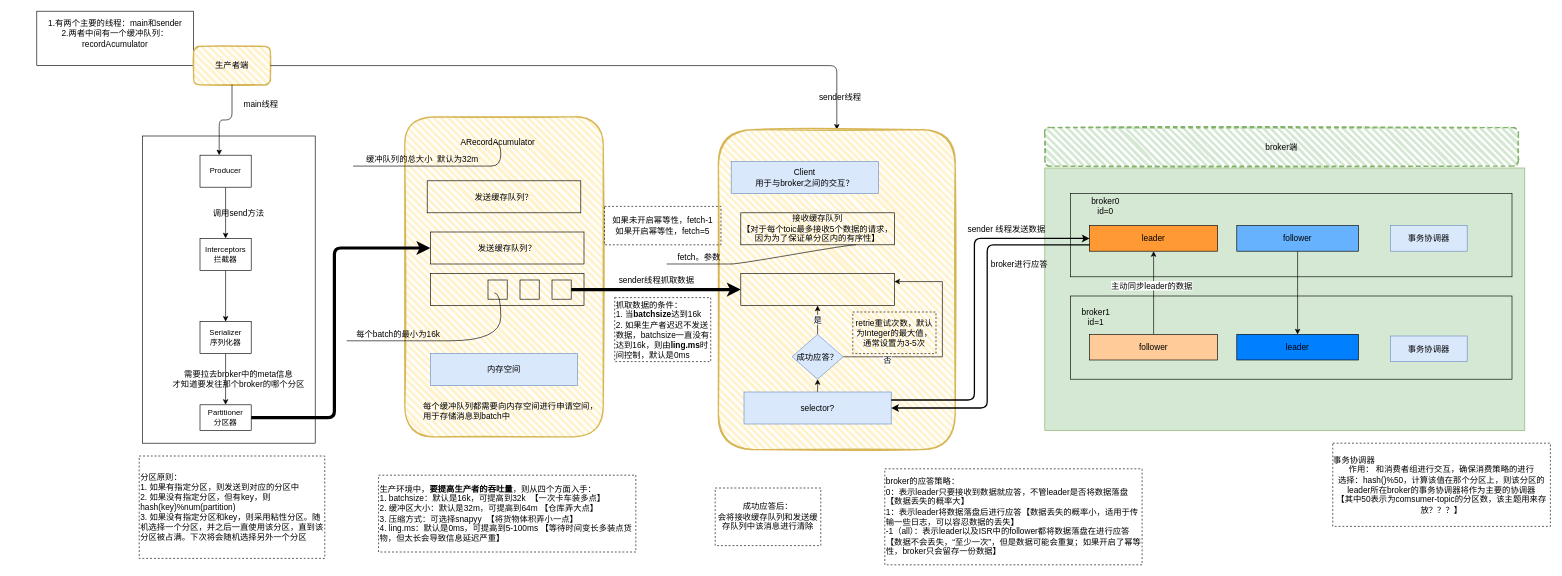
Earlier version of the draw.io diagram Kafka/Kafka.drawio (kusuzi/image-folder). Source tidied: cells renumbered, new cells numbered last; positions are measured from the earlier drawing's top-left corner, leaving out a move shared by most shapes. Both pictures are drawn from the tidied source at 64%, with x=0, y=0 at pixel (36, 11).
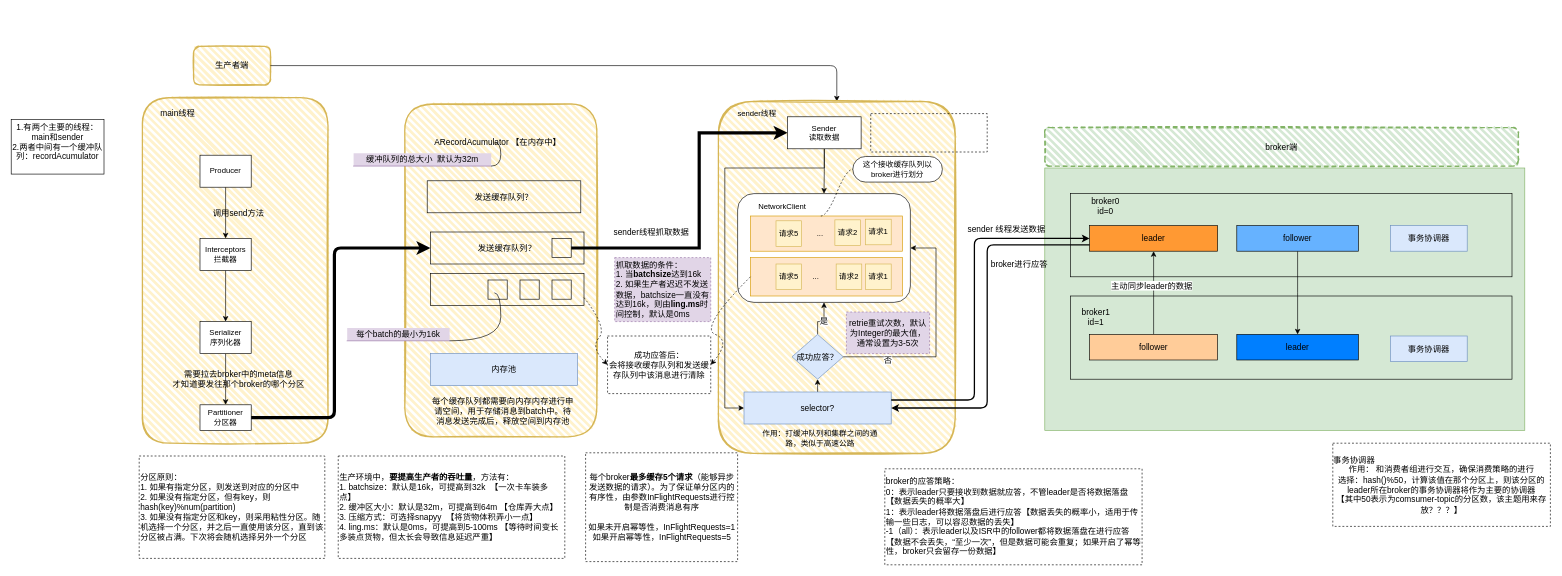
After the change.

The change refers to these unchanged cells:
```xml
<mxCell id="14" value="生产者端" style="rounded=1;whiteSpace=wrap;html=1;strokeWidth=2;fillWeight=4;hachureGap=8;hachureAngle=45;fillColor=#fff2cc;sketch=1;shadow=0;comic=0;fontSize=13;strokeColor=#d6b656;" parent="1" vertex="1">
  <mxGeometry x="245" y="55" width="120" height="60" as="geometry" />
</mxCell>
<mxCell id="20" style="rounded=0;whiteSpace=wrap;html=1;shadow=0;comic=0;fontSize=13;strokeColor=#000000;strokeWidth=1;fillColor=none;align=left;" parent="1" vertex="1">
  <mxGeometry x="615" y="410" width="240" height="50" as="geometry" />
</mxCell>
<mxCell id="21" style="rounded=0;whiteSpace=wrap;html=1;shadow=0;comic=0;fontSize=13;strokeColor=#000000;strokeWidth=1;fillColor=none;align=left;" parent="1" vertex="1">
  <mxGeometry x="805" y="420" width="30" height="30" as="geometry" />
</mxCell>
<mxCell id="42" value="selector?" style="rounded=0;whiteSpace=wrap;html=1;shadow=0;comic=0;fontSize=13;strokeColor=#6c8ebf;strokeWidth=1;fillColor=#dae8fc;align=center;" parent="1" vertex="1">
  <mxGeometry x="1105" y="595" width="230" height="50" as="geometry" />
</mxCell>
<mxCell id="47" value="成功应答？" style="rhombus;whiteSpace=wrap;html=1;rounded=0;shadow=0;fontSize=13;strokeColor=#6c8ebf;strokeWidth=1;fillColor=#dae8fc;comic=0;" parent="1" vertex="1">
  <mxGeometry x="1180" y="505" width="80" height="70" as="geometry" />
</mxCell>
```

Diff of the diagram source:
```diff
@@
-    <mxCell id="2" style="rounded=0;whiteSpace=wrap;html=1;shadow=0;comic=0;fontSize=13;strokeColor=#000000;strokeWidth=1;fillColor=none;align=left;" parent="1" vertex="1">
-      <mxGeometry x="165" y="195" width="270" height="480" as="geometry" />
-    </mxCell>
+    <mxCell id="74" style="rounded=1;whiteSpace=wrap;html=1;strokeWidth=2;fillWeight=4;hachureGap=8;hachureAngle=45;fillColor=#fff2cc;sketch=1;strokeColor=#d6b656;" parent="1" vertex="1">
+      <mxGeometry x="165" y="135" width="290" height="540" as="geometry" />
+    </mxCell>
@@
     <mxCell id="6" value="&lt;span&gt;1.有两个主要的线程：&lt;/span&gt;&lt;span&gt;main和sender&lt;br&gt;2.两者中间有一个缓冲队列：recordAcumulator&lt;br&gt;&lt;br&gt;&lt;/span&gt;" style="whiteSpace=wrap;html=1;rounded=0;shadow=0;fontSize=13;strokeWidth=1;fillColor=none;comic=0;" parent="1" vertex="1">
-      <mxGeometry width="245" height="85" as="geometry" />
+      <mxGeometry x="-40" y="169.5" width="145" height="85" as="geometry" />
     </mxCell>
@@
-    <mxCell id="10" value="Serializer&lt;br&gt;序列化器" style="rounded=0;whiteSpace=wrap;html=1;shadow=0;comic=0;" parent="1" vertex="1">
+    <mxCell id="10" value="Serializer&lt;br&gt;序列化器" style="rounded=0;whiteSpace=wrap;html=1;shadow=0;comic=0;fillColor=default;" parent="1" vertex="1">
       <mxGeometry x="255" y="485" width="80" height="50" as="geometry" />
     </mxCell>
@@
     <mxCell id="16" style="rounded=1;whiteSpace=wrap;html=1;strokeWidth=2;fillWeight=4;hachureGap=8;hachureAngle=45;fillColor=#fff2cc;sketch=1;shadow=0;comic=0;fontSize=13;align=left;strokeColor=#d6b656;" parent="1" vertex="1">
-      <mxGeometry x="575" y="165" width="310" height="500" as="geometry" />
+      <mxGeometry x="575" y="145" width="300" height="520" as="geometry" />
     </mxCell>
-    <mxCell id="17" value="ARecordAcumulator" style="text;html=1;align=center;verticalAlign=middle;strokeColor=none;fontSize=13;" parent="1" vertex="1">
-      <mxGeometry x="655" y="195" width="130" height="20" as="geometry" />
+    <mxCell id="17" value="ARecordAcumulator 【在内存中】" style="text;html=1;align=center;verticalAlign=middle;strokeColor=none;fontSize=13;" parent="1" vertex="1">
+      <mxGeometry x="615" y="195" width="210" height="20" as="geometry" />
     </mxCell>
@@
-    <mxCell id="24" value="每个batch的最小为16k" style="whiteSpace=wrap;html=1;shape=partialRectangle;top=0;left=0;bottom=1;right=0;points=[[0,1],[1,1]];fillColor=none;align=center;verticalAlign=bottom;routingCenterY=0.5;snapToPoint=1;newEdgeStyle={&quot;edgeStyle&quot;:&quot;entityRelationEdgeStyle&quot;,&quot;startArrow&quot;:&quot;none&quot;,&quot;endArrow&quot;:&quot;none&quot;,&quot;segment&quot;:10,&quot;curved&quot;:1};rounded=0;shadow=0;comic=0;fontSize=13;strokeColor=#000000;strokeWidth=1;" parent="1" vertex="1">
+    <mxCell id="24" value="每个batch的最小为16k" style="whiteSpace=wrap;html=1;shape=partialRectangle;top=0;left=0;bottom=1;right=0;points=[[0,1],[1,1]];fillColor=#e1d5e7;align=center;verticalAlign=bottom;routingCenterY=0.5;snapToPoint=1;newEdgeStyle={&quot;edgeStyle&quot;:&quot;entityRelationEdgeStyle&quot;,&quot;startArrow&quot;:&quot;none&quot;,&quot;endArrow&quot;:&quot;none&quot;,&quot;segment&quot;:10,&quot;curved&quot;:1};rounded=0;shadow=0;comic=0;fontSize=13;strokeColor=#9673a6;strokeWidth=1;" parent="1" vertex="1">
       <mxGeometry x="485" y="495" width="160" height="20" as="geometry" />
     </mxCell>
@@
-    <mxCell id="26" value="内存空间" style="rounded=0;whiteSpace=wrap;html=1;shadow=0;comic=0;fontSize=13;strokeColor=#6c8ebf;strokeWidth=1;fillColor=#dae8fc;align=center;" parent="1" vertex="1">
+    <mxCell id="26" value="内存池" style="rounded=0;whiteSpace=wrap;html=1;shadow=0;comic=0;fontSize=13;strokeColor=#6c8ebf;strokeWidth=1;fillColor=#dae8fc;align=center;" parent="1" vertex="1">
       <mxGeometry x="615" y="535" width="230" height="50" as="geometry" />
     </mxCell>
-    <mxCell id="27" value="缓冲队列的总大小&amp;nbsp; 默认为32m" style="whiteSpace=wrap;html=1;shape=partialRectangle;top=0;left=0;bottom=1;right=0;points=[[0,1],[1,1]];fillColor=none;align=center;verticalAlign=bottom;routingCenterY=0.5;snapToPoint=1;newEdgeStyle={&quot;edgeStyle&quot;:&quot;entityRelationEdgeStyle&quot;,&quot;startArrow&quot;:&quot;none&quot;,&quot;endArrow&quot;:&quot;none&quot;,&quot;segment&quot;:10,&quot;curved&quot;:1};rounded=0;shadow=0;comic=0;fontSize=13;strokeColor=#000000;strokeWidth=1;" parent="1" vertex="1">
+    <mxCell id="27" value="缓冲队列的总大小&amp;nbsp; 默认为32m" style="whiteSpace=wrap;html=1;shape=partialRectangle;top=0;left=0;bottom=1;right=0;points=[[0,1],[1,1]];fillColor=#e1d5e7;align=center;verticalAlign=bottom;routingCenterY=0.5;snapToPoint=1;newEdgeStyle={&quot;edgeStyle&quot;:&quot;entityRelationEdgeStyle&quot;,&quot;startArrow&quot;:&quot;none&quot;,&quot;endArrow&quot;:&quot;none&quot;,&quot;segment&quot;:10,&quot;curved&quot;:1};rounded=0;shadow=0;comic=0;fontSize=13;strokeColor=#9673a6;strokeWidth=1;" parent="1" vertex="1">
       <mxGeometry x="495" y="222" width="215" height="20" as="geometry" />
     </mxCell>
@@
-    <mxCell id="29" value="每个缓冲队列都需要向内存空间进行申请空间，&lt;br&gt;&lt;div style=&quot;text-align: justify&quot;&gt;&lt;span&gt;用于存储消息到batch中&lt;/span&gt;&lt;/div&gt;" style="text;html=1;align=center;verticalAlign=middle;strokeColor=none;fontSize=13;" parent="1" vertex="1">
-      <mxGeometry x="595" y="605" width="290" height="40" as="geometry" />
-    </mxCell>
-    <mxCell id="30" style="edgeStyle=elbowEdgeStyle;elbow=vertical;endArrow=classic;html=1;fontSize=13;exitX=0.5;exitY=1;exitDx=0;exitDy=0;" parent="1" edge="1" source="14">
-      <mxGeometry relative="1" as="geometry">
-        <mxPoint x="285" y="225" as="targetPoint" />
-      </mxGeometry>
-    </mxCell>
     <mxCell id="31" value="main线程" style="text;html=1;align=center;verticalAlign=middle;strokeColor=none;fontSize=13;" parent="1" vertex="1">
-      <mxGeometry x="315" y="135" width="70" height="20" as="geometry" />
+      <mxGeometry x="185" y="149.5" width="70" height="20" as="geometry" />
     </mxCell>
-    <mxCell id="32" style="edgeStyle=elbowEdgeStyle;elbow=vertical;endArrow=classic;html=1;fontSize=13;exitX=1;exitY=0.5;exitDx=0;exitDy=0;entryX=0.5;entryY=0;entryDx=0;entryDy=0;" parent="1" edge="1" source="14" target="34">
+    <mxCell id="32" style="edgeStyle=elbowEdgeStyle;elbow=vertical;endArrow=classic;html=1;fontSize=13;exitX=1;exitY=0.5;exitDx=0;exitDy=0;startArrow=none;entryX=0.5;entryY=0;entryDx=0;entryDy=0;" parent="1" edge="1" source="14" target="34">
       <mxGeometry relative="1" as="geometry">
         <Array as="points">
           <mxPoint x="745" y="85" />
         </Array>
       </mxGeometry>
     </mxCell>
-    <mxCell id="33" value="sender线程" style="text;html=1;align=center;verticalAlign=middle;strokeColor=none;fontSize=13;" parent="1" vertex="1">
-      <mxGeometry x="1215" y="125" width="80" height="20" as="geometry" />
-    </mxCell>
     <mxCell id="34" style="rounded=1;whiteSpace=wrap;html=1;strokeWidth=2;fillWeight=4;hachureGap=8;hachureAngle=45;fillColor=#fff2cc;sketch=1;shadow=0;comic=0;fontSize=13;align=left;strokeColor=#d6b656;" parent="1" vertex="1">
-      <mxGeometry x="1065" y="185" width="370" height="500" as="geometry" />
+      <mxGeometry x="1065" y="141" width="370" height="550" as="geometry" />
     </mxCell>
-    <mxCell id="35" value="Client&lt;br&gt;用于与broker之间的交互？" style="rounded=0;whiteSpace=wrap;html=1;shadow=0;comic=0;fontSize=13;strokeColor=#6c8ebf;strokeWidth=1;fillColor=#dae8fc;align=center;" parent="1" vertex="1">
-      <mxGeometry x="1085" y="235" width="230" height="50" as="geometry" />
-    </mxCell>
-    <mxCell id="36" value="接收缓存队列&lt;br&gt;&lt;div style=&quot;&quot;&gt;&lt;span&gt;【对于每个toic最多接收5个数据的请求，因为为了保证单分区内的有序性】&lt;/span&gt;&lt;/div&gt;" style="rounded=0;whiteSpace=wrap;html=1;shadow=0;comic=0;fontSize=13;strokeColor=#000000;strokeWidth=1;fillColor=none;align=center;" parent="1" vertex="1">
-      <mxGeometry x="1100" y="315" width="240" height="50" as="geometry" />
+    <mxCell id="36" value="每个broker&lt;b&gt;最多缓存5个请求&lt;/b&gt;（能够异步发送数据的请求）。为了保证单分区内的有序性，由参数InFlightRequests进行控制是否消费消息有序&lt;br&gt;&lt;br&gt;如果未开启幂等性，InFlightRequests=1&lt;br&gt;如果开启幂等性，InFlightRequests=5" style="rounded=0;whiteSpace=wrap;html=1;shadow=0;comic=0;fontSize=13;strokeColor=#000000;strokeWidth=1;fillColor=none;align=center;dashed=1;" parent="1" vertex="1">
+      <mxGeometry x="857.5" y="690" width="237.5" height="170" as="geometry" />
     </mxCell>
-    <mxCell id="37" style="rounded=0;whiteSpace=wrap;html=1;shadow=0;comic=0;fontSize=13;strokeColor=#000000;strokeWidth=1;fillColor=none;align=center;" parent="1" vertex="1">
-      <mxGeometry x="1100" y="410" width="240" height="50" as="geometry" />
-    </mxCell>
-    <mxCell id="38" style="edgeStyle=elbowEdgeStyle;rounded=0;jettySize=auto;elbow=vertical;html=1;exitX=1;exitY=0.5;exitDx=0;exitDy=0;entryX=0;entryY=0.5;entryDx=0;entryDy=0;fontSize=13;strokeWidth=5;" parent="1" edge="1" source="21" target="37">
-      <mxGeometry relative="1" as="geometry" />
-    </mxCell>
     <mxCell id="39" value="sender线程抓取数据" style="text;html=1;align=center;verticalAlign=middle;strokeColor=none;fontSize=13;" parent="1" vertex="1">
-      <mxGeometry x="903" y="410" width="130" height="20" as="geometry" />
+      <mxGeometry x="895" y="335" width="130" height="20" as="geometry" />
     </mxCell>
-    <mxCell id="40" value="抓取数据的条件：&lt;br&gt;1. 当&lt;b&gt;batchsize&lt;/b&gt;达到16k&lt;br&gt;2.&amp;nbsp;如果生产者迟迟不发送数据，batchsize一直没有达到16k，则由&lt;b&gt;ling.ms&lt;/b&gt;时间控制，默认是0ms" style="whiteSpace=wrap;html=1;rounded=0;shadow=0;comic=0;fontSize=13;strokeColor=#000000;strokeWidth=1;fillColor=none;align=left;dashed=1;" parent="1" vertex="1">
-      <mxGeometry x="903" y="447.5" width="150" height="100" as="geometry" />
+    <mxCell id="40" value="抓取数据的条件：&lt;br&gt;1. 当&lt;b&gt;batchsize&lt;/b&gt;达到16k&lt;br&gt;2.&amp;nbsp;如果生产者迟迟不发送数据，batchsize一直没有达到16k，则由&lt;b&gt;ling.ms&lt;/b&gt;时间控制，默认是0ms" style="whiteSpace=wrap;html=1;rounded=0;shadow=0;comic=0;fontSize=13;strokeColor=#9673a6;strokeWidth=1;fillColor=#e1d5e7;align=left;dashed=1;" parent="1" vertex="1">
+      <mxGeometry x="903" y="385" width="150" height="100" as="geometry" />
     </mxCell>
@@
-    <mxCell id="43" value="生产环境中，&lt;b&gt;要提高生产者的吞吐量&lt;/b&gt;，则从四个方面入手：&lt;br&gt;1.&amp;nbsp;batchsize：默认是16k，可提高到32k&amp;nbsp; 【一次卡车装多点】&lt;br&gt;2.&amp;nbsp;缓冲区大小：默认是32m，可提高到64m 【仓库弄大点】&lt;br&gt;3.&amp;nbsp;压缩方式：可选择snapyy&amp;nbsp; 【将货物体积弄小一点】&lt;br&gt;4.&amp;nbsp;ling.ms：默认是0ms，可提高到5-100ms 【等待时间变长多装点货物，但太长会导致信息延迟严重】" style="whiteSpace=wrap;html=1;rounded=0;shadow=0;comic=0;fontSize=13;strokeColor=#000000;strokeWidth=1;fillColor=none;align=left;dashed=1;" parent="1" vertex="1">
-      <mxGeometry x="534" y="725" width="402" height="120" as="geometry" />
+    <mxCell id="43" value="生产环境中，&lt;b&gt;要提高生产者的吞吐量&lt;/b&gt;，方法有：&lt;br&gt;1.&amp;nbsp;batchsize：默认是16k，可提高到32k&amp;nbsp; 【一次卡车装多点】&lt;br&gt;2.&amp;nbsp;缓冲区大小：默认是32m，可提高到64m 【仓库弄大点】&lt;br&gt;3.&amp;nbsp;压缩方式：可选择snapyy&amp;nbsp; 【将货物体积弄小一点】&lt;br&gt;4.&amp;nbsp;ling.ms：默认是0ms，可提高到5-100ms 【等待时间变长多装点货物，但太长会导致信息延迟严重】" style="whiteSpace=wrap;html=1;rounded=0;shadow=0;comic=0;fontSize=13;strokeColor=#000000;strokeWidth=1;fillColor=none;align=left;dashed=1;" parent="1" vertex="1">
+      <mxGeometry x="471" y="695" width="354" height="160" as="geometry" />
     </mxCell>
-    <mxCell id="44" value="是" style="edgeStyle=elbowEdgeStyle;rounded=0;jettySize=auto;elbow=vertical;html=1;fontSize=13;strokeWidth=1;" parent="1" edge="1" source="47" target="37">
+    <mxCell id="44" value="是" style="edgeStyle=elbowEdgeStyle;rounded=0;jettySize=auto;elbow=vertical;html=1;fontSize=13;strokeWidth=1;entryX=0.5;entryY=1;entryDx=0;entryDy=0;" parent="1" edge="1" source="47" target="76">
       <mxGeometry relative="1" as="geometry">
         <Array as="points">
           <mxPoint x="1220" y="485" />
         </Array>
       </mxGeometry>
     </mxCell>
-    <mxCell id="45" style="edgeStyle=elbowEdgeStyle;rounded=0;jettySize=auto;elbow=vertical;html=1;exitX=1;exitY=0.5;exitDx=0;exitDy=0;fontSize=13;strokeWidth=1;entryX=1;entryY=0.25;entryDx=0;entryDy=0;" parent="1" edge="1" source="47" target="37">
+    <mxCell id="45" style="edgeStyle=elbowEdgeStyle;rounded=0;jettySize=auto;elbow=vertical;html=1;exitX=1;exitY=0.5;exitDx=0;exitDy=0;fontSize=13;strokeWidth=1;entryX=1;entryY=0.5;entryDx=0;entryDy=0;" parent="1" edge="1" source="47" target="76">
       <mxGeometry relative="1" as="geometry">
         <Array as="points">
-          <mxPoint x="1415" y="475" />
+          <mxPoint x="1405" y="540" />
         </Array>
       </mxGeometry>
     </mxCell>
@@
-    <mxCell id="48" value="fetch。参数" style="whiteSpace=wrap;html=1;shape=partialRectangle;top=0;left=0;bottom=1;right=0;points=[[0,1],[1,1]];fillColor=none;align=center;verticalAlign=bottom;routingCenterY=0.5;snapToPoint=1;newEdgeStyle={&quot;edgeStyle&quot;:&quot;entityRelationEdgeStyle&quot;,&quot;startArrow&quot;:&quot;none&quot;,&quot;endArrow&quot;:&quot;none&quot;,&quot;segment&quot;:10,&quot;curved&quot;:1};rounded=0;shadow=0;comic=0;fontSize=13;strokeColor=#000000;strokeWidth=1;" parent="1" vertex="1">
-      <mxGeometry x="985" y="375" width="100" height="20" as="geometry" />
-    </mxCell>
-    <mxCell id="49" style="edgeStyle=entityRelationEdgeStyle;startArrow=none;endArrow=none;segment=10;curved=1;fontSize=13;exitX=0.75;exitY=1;exitDx=0;exitDy=0;" parent="1" edge="1" source="36" target="48">
-      <mxGeometry relative="1" as="geometry" />
-    </mxCell>
-    <mxCell id="50" value="retrie重试次数，默认为Integer的最大值，通常设置为3-5次" style="rounded=0;whiteSpace=wrap;html=1;shadow=0;comic=0;fontSize=13;strokeColor=#000000;strokeWidth=1;fillColor=none;align=center;dashed=1;" parent="1" vertex="1">
-      <mxGeometry x="1275" y="470" width="130" height="65" as="geometry" />
+    <mxCell id="50" value="retrie重试次数，默认为Integer的最大值，通常设置为3-5次" style="rounded=0;whiteSpace=wrap;html=1;shadow=0;comic=0;fontSize=13;strokeColor=#9673a6;strokeWidth=1;fillColor=#e1d5e7;align=center;dashed=1;" parent="1" vertex="1">
+      <mxGeometry x="1265" y="470" width="130" height="65" as="geometry" />
     </mxCell>
-    <mxCell id="51" value="如果未开启幂等性，fetch-1&lt;br&gt;如果开启幂等性，fetch=5" style="rounded=0;whiteSpace=wrap;html=1;shadow=0;dashed=1;comic=0;fontSize=13;strokeColor=#000000;strokeWidth=1;fillColor=none;align=center;" parent="1" vertex="1">
-      <mxGeometry x="887" y="305" width="182" height="60" as="geometry" />
+    <mxCell id="51" style="rounded=0;whiteSpace=wrap;html=1;shadow=0;dashed=1;comic=0;fontSize=13;strokeColor=#000000;strokeWidth=1;fillColor=none;align=center;" parent="1" vertex="1">
+      <mxGeometry x="1303" y="160" width="182" height="60" as="geometry" />
     </mxCell>
@@
     <mxCell id="73" value="成功应答后：&lt;br&gt;会将接收缓存队列和发送缓存队列中该消息进行清除" style="whiteSpace=wrap;html=1;rounded=0;shadow=0;dashed=1;comic=0;fontSize=13;strokeColor=#000000;strokeWidth=1;fillColor=none;align=center;" parent="1" vertex="1">
-      <mxGeometry x="1060" y="745" width="165" height="90" as="geometry" />
+      <mxGeometry x="891.8" y="507.5" width="161.2" height="90" as="geometry" />
     </mxCell>
+    <mxCell id="75" value="&lt;span style=&quot;font-size: 13px&quot;&gt;每个缓存队列都需要向内存内存进行申请空间，&lt;/span&gt;&lt;span style=&quot;font-size: 13px ; text-align: justify&quot;&gt;用于存储消息到batch中。待消息发送完成后，释放空间到内存池&lt;/span&gt;&lt;span style=&quot;font-size: 13px&quot;&gt;&lt;br&gt;&lt;/span&gt;" style="text;html=1;strokeColor=none;fillColor=none;align=center;verticalAlign=middle;whiteSpace=wrap;rounded=0;" parent="1" vertex="1">
+      <mxGeometry x="615" y="585" width="227" height="80" as="geometry" />
+    </mxCell>
+    <mxCell id="76" style="rounded=1;whiteSpace=wrap;html=1;" parent="1" vertex="1">
+      <mxGeometry x="1095" y="285" width="270" height="170" as="geometry" />
+    </mxCell>
+    <mxCell id="77" value="NetworkClient" style="text;html=1;strokeColor=none;fillColor=none;align=center;verticalAlign=middle;whiteSpace=wrap;rounded=0;" parent="1" vertex="1">
+      <mxGeometry x="1125" y="290" width="80" height="30" as="geometry" />
+    </mxCell>
+    <mxCell id="78" style="edgeStyle=orthogonalEdgeStyle;rounded=0;jettySize=auto;html=1;entryX=0;entryY=0.5;entryDx=0;entryDy=0;strokeWidth=5;" parent="1" edge="1" source="79" target="94">
+      <mxGeometry relative="1" as="geometry">
+        <Array as="points">
+          <mxPoint x="1035" y="370" />
+          <mxPoint x="1035" y="190" />
+        </Array>
+      </mxGeometry>
+    </mxCell>
+    <mxCell id="79" style="rounded=0;whiteSpace=wrap;html=1;shadow=0;comic=0;fontSize=13;strokeColor=#000000;strokeWidth=1;fillColor=none;align=left;" parent="1" vertex="1">
+      <mxGeometry x="805" y="355" width="30" height="30" as="geometry" />
+    </mxCell>
+    <mxCell id="80" style="rounded=0;whiteSpace=wrap;html=1;fillColor=#ffe6cc;strokeColor=#d79b00;" parent="1" vertex="1">
+      <mxGeometry x="1115" y="320" width="237.5" height="55" as="geometry" />
+    </mxCell>
+    <mxCell id="81" style="rounded=0;whiteSpace=wrap;html=1;fillColor=#ffe6cc;strokeColor=#d79b00;" parent="1" vertex="1">
+      <mxGeometry x="1115" y="385" width="237.5" height="60" as="geometry" />
+    </mxCell>
+    <mxCell id="82" value="请求1" style="rounded=0;whiteSpace=wrap;html=1;fillColor=#fff2cc;strokeColor=#d6b656;" parent="1" vertex="1">
+      <mxGeometry x="1295" y="325" width="40" height="40" as="geometry" />
+    </mxCell>
+    <mxCell id="83" value="请求1" style="rounded=0;whiteSpace=wrap;html=1;fillColor=#fff2cc;strokeColor=#d6b656;" parent="1" vertex="1">
+      <mxGeometry x="1295" y="395" width="40" height="40" as="geometry" />
+    </mxCell>
+    <mxCell id="84" value="请求2" style="rounded=0;whiteSpace=wrap;html=1;fillColor=#fff2cc;strokeColor=#d6b656;" parent="1" vertex="1">
+      <mxGeometry x="1247" y="326" width="40" height="40" as="geometry" />
+    </mxCell>
+    <mxCell id="85" value="请求2" style="rounded=0;whiteSpace=wrap;html=1;fillColor=#fff2cc;strokeColor=#d6b656;" parent="1" vertex="1">
+      <mxGeometry x="1249" y="395" width="40" height="40" as="geometry" />
+    </mxCell>
+    <mxCell id="86" value="请求5" style="rounded=0;whiteSpace=wrap;html=1;fillColor=#fff2cc;strokeColor=#d6b656;" parent="1" vertex="1">
+      <mxGeometry x="1155" y="327.5" width="40" height="40" as="geometry" />
+    </mxCell>
+    <mxCell id="87" value="请求5" style="rounded=0;whiteSpace=wrap;html=1;fillColor=#fff2cc;strokeColor=#d6b656;" parent="1" vertex="1">
+      <mxGeometry x="1155" y="395" width="40" height="40" as="geometry" />
+    </mxCell>
+    <mxCell id="88" value="..." style="text;html=1;strokeColor=none;fillColor=none;align=center;verticalAlign=middle;whiteSpace=wrap;rounded=0;" parent="1" vertex="1">
+      <mxGeometry x="1199.5" y="337.5" width="48" height="20" as="geometry" />
+    </mxCell>
+    <mxCell id="89" value="..." style="text;html=1;strokeColor=none;fillColor=none;align=center;verticalAlign=middle;whiteSpace=wrap;rounded=0;" parent="1" vertex="1">
+      <mxGeometry x="1199.5" y="402.5" width="35" height="25" as="geometry" />
+    </mxCell>
+    <mxCell id="90" value="这个接收缓存队列以broker进行划分" style="whiteSpace=wrap;html=1;rounded=1;arcSize=50;align=center;verticalAlign=middle;strokeWidth=1;spacing=4;newEdgeStyle={&quot;edgeStyle&quot;:&quot;entityRelationEdgeStyle&quot;,&quot;startArrow&quot;:&quot;none&quot;,&quot;endArrow&quot;:&quot;none&quot;,&quot;segment&quot;:10,&quot;curved&quot;:1};" parent="1" vertex="1">
+      <mxGeometry x="1275" y="227" width="140" height="40" as="geometry" />
+    </mxCell>
+    <mxCell id="91" style="edgeStyle=entityRelationEdgeStyle;startArrow=none;endArrow=none;segment=10;curved=1;rounded=0;strokeWidth=1;dashed=1;" parent="1" edge="1" target="90">
+      <mxGeometry relative="1" as="geometry">
+        <mxPoint x="1225" y="320" as="sourcePoint" />
+      </mxGeometry>
+    </mxCell>
+    <mxCell id="33" value="sender线程" style="text;html=1;align=center;verticalAlign=middle;strokeColor=none;fillColor=none;" parent="1" vertex="1">
+      <mxGeometry x="1085" y="149.5" width="80" height="20" as="geometry" />
+    </mxCell>
+    <mxCell id="92" style="edgeStyle=orthogonalEdgeStyle;rounded=0;jettySize=auto;html=1;entryX=0.5;entryY=0;entryDx=0;entryDy=0;strokeWidth=1;" parent="1" edge="1" source="94" target="76">
+      <mxGeometry relative="1" as="geometry" />
+    </mxCell>
+    <mxCell id="93" style="edgeStyle=orthogonalEdgeStyle;rounded=0;jettySize=auto;html=1;entryX=0;entryY=0.5;entryDx=0;entryDy=0;strokeWidth=1;" parent="1" edge="1" source="94" target="42">
+      <mxGeometry relative="1" as="geometry">
+        <Array as="points">
+          <mxPoint x="1230" y="245" />
+          <mxPoint x="1075" y="245" />
+          <mxPoint x="1075" y="620" />
+        </Array>
+      </mxGeometry>
+    </mxCell>
+    <mxCell id="94" value="Sender&lt;br&gt;读取数据" style="rounded=0;whiteSpace=wrap;html=1;fillColor=default;" parent="1" vertex="1">
+      <mxGeometry x="1173" y="165" width="115" height="50" as="geometry" />
+    </mxCell>
+    <mxCell id="95" value="作用：打缓冲队列和集群之间的通路，类似于高速公路" style="text;html=1;strokeColor=none;fillColor=none;align=center;verticalAlign=middle;whiteSpace=wrap;rounded=0;" parent="1" vertex="1">
+      <mxGeometry x="1127.5" y="653" width="192" height="30" as="geometry" />
+    </mxCell>
+    <mxCell id="96" style="curved=1;endArrow=classic;html=1;rounded=0;strokeWidth=1;exitX=1;exitY=0.75;exitDx=0;exitDy=0;entryX=0;entryY=0.5;entryDx=0;entryDy=0;dashed=1;" parent="1" edge="1" source="20" target="73">
+      <mxGeometry relative="1" as="geometry">
+        <Array as="points">
+          <mxPoint x="892" y="495" />
+          <mxPoint x="865" y="525" />
+        </Array>
+      </mxGeometry>
+    </mxCell>
+    <mxCell id="97" style="curved=1;endArrow=classic;html=1;rounded=0;strokeWidth=1;exitX=0;exitY=0.5;exitDx=0;exitDy=0;entryX=1;entryY=0.5;entryDx=0;entryDy=0;dashed=1;" parent="1" edge="1" source="81" target="73">
+      <mxGeometry relative="1" as="geometry">
+        <Array as="points">
+          <mxPoint x="1035" y="495" />
+          <mxPoint x="1085" y="515" />
+        </Array>
+      </mxGeometry>
+    </mxCell>
```
